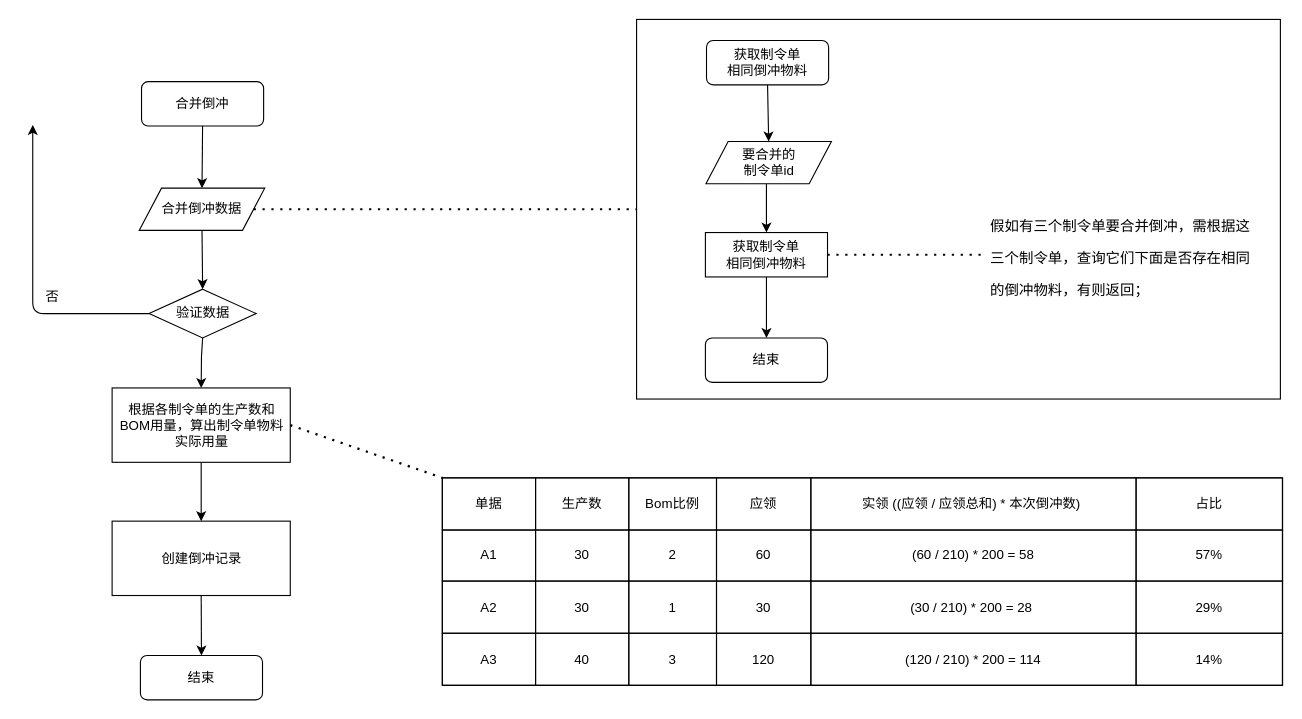
This is page "制令单合并倒冲" (3 of 4) of 青岛协创.drawio from KNAI-I/test, a draw.io file, before an edit. Source tidied: cells renumbered, new cells numbered last; positions are measured from the earlier drawing's top-left corner, leaving out a move shared by most shapes. Both pictures are drawn from the tidied source at 111%, with x=0, y=0 at pixel (19, 19).
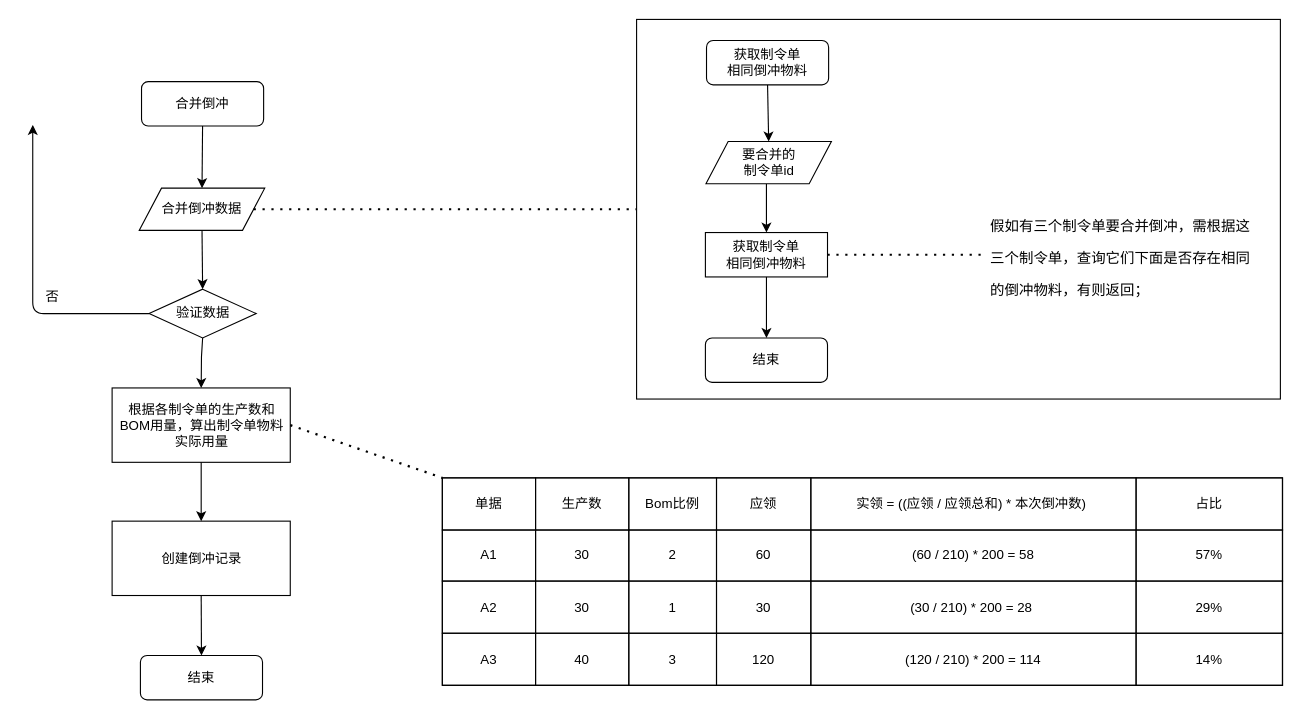
Above is the later version.

Unchanged cells that the change refers to:
```xml
<mxCell id="22" style="shape=tableRow;horizontal=0;startSize=0;swimlaneHead=0;swimlaneBody=0;top=0;left=0;bottom=0;right=0;fontStyle=0;fillColor=none;strokeColor=inherit;" parent="21" vertex="1">
  <mxGeometry width="756.8" height="47" as="geometry" />
</mxCell>
```

The edit, as a diff of the source:
```diff
@@
-    <mxCell id="27" value="实领 ((应领 / 应领总和) * 本次倒冲数)&amp;nbsp;" style="strokeColor=inherit;fillColor=none;align=center;whiteSpace=wrap;html=1;" parent="22" vertex="1">
+    <mxCell id="27" value="实领 = ((应领 / 应领总和) * 本次倒冲数)&amp;nbsp;" style="strokeColor=inherit;fillColor=none;align=center;whiteSpace=wrap;html=1;" parent="22" vertex="1">
       <mxGeometry x="332" width="293" height="47" as="geometry" />
     </mxCell>
```
